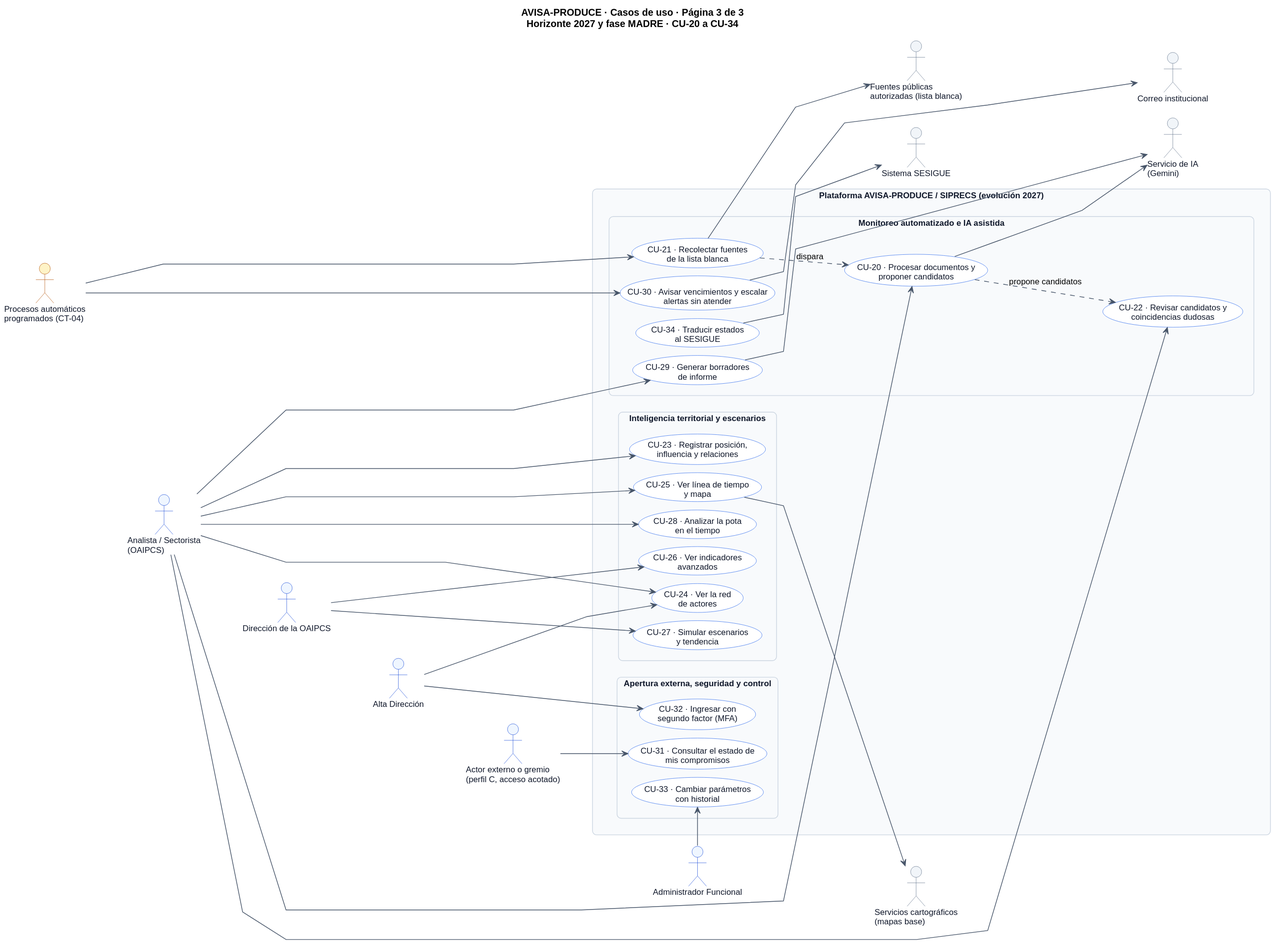
The PlantUML diagram docs/img/AVISA_CU_2027.svg in diegopaucarv/avisa, before a commit. The source it was exported from:
```plantuml
@startuml
left to right direction
skinparam shadowing false
skinparam roundcorner 12
skinparam linetype polyline
skinparam packageStyle rectangle
skinparam defaultFontName Arial
skinparam defaultFontSize 12
skinparam nodesep 12
skinparam ranksep 60

skinparam rectangle {
  BackgroundColor #FFFFFF
  BorderColor #64748B
  FontColor #0F172A
  FontStyle bold
}
skinparam package {
  BackgroundColor #F8FAFC
  BorderColor #CBD5E1
  BorderStyle dashed
  FontColor #475569
  FontStyle bold
}
skinparam usecase {
  BackgroundColor #FFFFFF
  BorderColor #2563EB
  FontColor #0F172A
  ArrowColor #475569
}
skinparam actor {
  BackgroundColor #EFF6FF
  BorderColor #1D4ED8
  FontColor #0F172A
}

title AVISA-PRODUCE · Casos de uso · Página 3 de 3\nHorizonte 2027 y fase MADRE · CU-20 a CU-34

actor "Procesos automáticos\nprogramados (CT-04)" as reloj #FEF3C7;line:B45309
actor "Analista / Sectorista\n(OAIPCS)" as analista27 #EFF6FF;line:1D4ED8
actor "Dirección de la OAIPCS" as direccion27 #EFF6FF;line:1D4ED8
actor "Alta Dirección" as alta27 #EFF6FF;line:1D4ED8
actor "Actor externo o gremio\n(perfil C, acceso acotado)" as externo #EFF6FF;line:1D4ED8
actor "Administrador Funcional" as admin27 #EFF6FF;line:1D4ED8

reloj -[hidden]down-> analista27
analista27 -[hidden]down-> direccion27
direccion27 -[hidden]down-> alta27
alta27 -[hidden]down-> externo
externo -[hidden]down-> admin27

rectangle "Plataforma AVISA-PRODUCE / SIPRECS (evolución 2027)" {

  package "Inteligencia territorial y escenarios" {
    usecase "CU-23 · Registrar posición,\ninfluencia y relaciones" as uc_posicion
    usecase "CU-24 · Ver la red\nde actores" as uc_red
    usecase "CU-25 · Ver línea de tiempo\ny mapa" as uc_mapa
    usecase "CU-28 · Analizar la pota\nen el tiempo" as uc_pota
    usecase "CU-26 · Ver indicadores\navanzados" as uc_indicadores
    usecase "CU-27 · Simular escenarios\ny tendencia" as uc_escenarios
  }

  package "Monitoreo automatizado e IA asistida" {
    usecase "CU-20 · Procesar documentos y\nproponer candidatos" as uc_procesar
    usecase "CU-21 · Recolectar fuentes\nde la lista blanca" as uc_fuentes
    usecase "CU-22 · Revisar candidatos y\ncoincidencias dudosas" as uc_revisar
    usecase "CU-29 · Generar borradores\nde informe" as uc_borradores
    usecase "CU-30 · Avisar vencimientos y escalar\nalertas sin atender" as uc_escalar
    usecase "CU-34 · Traducir estados\nal SESIGUE" as uc_sesigue
  }

  package "Apertura externa, seguridad y control" {
    usecase "CU-31 · Consultar el estado de\nmis compromisos" as uc_portal
    usecase "CU-32 · Ingresar con\nsegundo factor (MFA)" as uc_mfa
    usecase "CU-33 · Cambiar parámetros\ncon historial" as uc_parametros
  }
}

actor "Fuentes públicas\nautorizadas (lista blanca)" as sys_fuentes #F1F5F9;line:64748B
actor "Servicio de IA\n(Gemini)" as sys_ai27 #F1F5F9;line:64748B
actor "Correo institucional" as sys_mail27 #F1F5F9;line:64748B
actor "Sistema SESIGUE" as sys_sesigue #F1F5F9;line:64748B
actor "Servicios cartográficos\n(mapas base)" as sys_mapas #F1F5F9;line:64748B

sys_fuentes -[hidden]down-> sys_mail27


reloj --> uc_fuentes
reloj --> uc_escalar

analista27 --> uc_procesar
analista27 --> uc_revisar
analista27 --> uc_borradores
analista27 --> uc_posicion
analista27 --> uc_red
analista27 --> uc_mapa
analista27 --> uc_pota

direccion27 --> uc_indicadores
direccion27 --> uc_escenarios

alta27 --> uc_red
alta27 --> uc_mfa

externo --> uc_portal
admin27 --> uc_parametros

uc_fuentes ..> uc_procesar : «dispara»
uc_procesar ..> uc_revisar : «propone candidatos»

uc_fuentes --> sys_fuentes
uc_procesar --> sys_ai27
uc_borradores --> sys_ai27
uc_escalar --> sys_mail27
uc_sesigue --> sys_sesigue
uc_mapa --> sys_mapas

@enduml
```
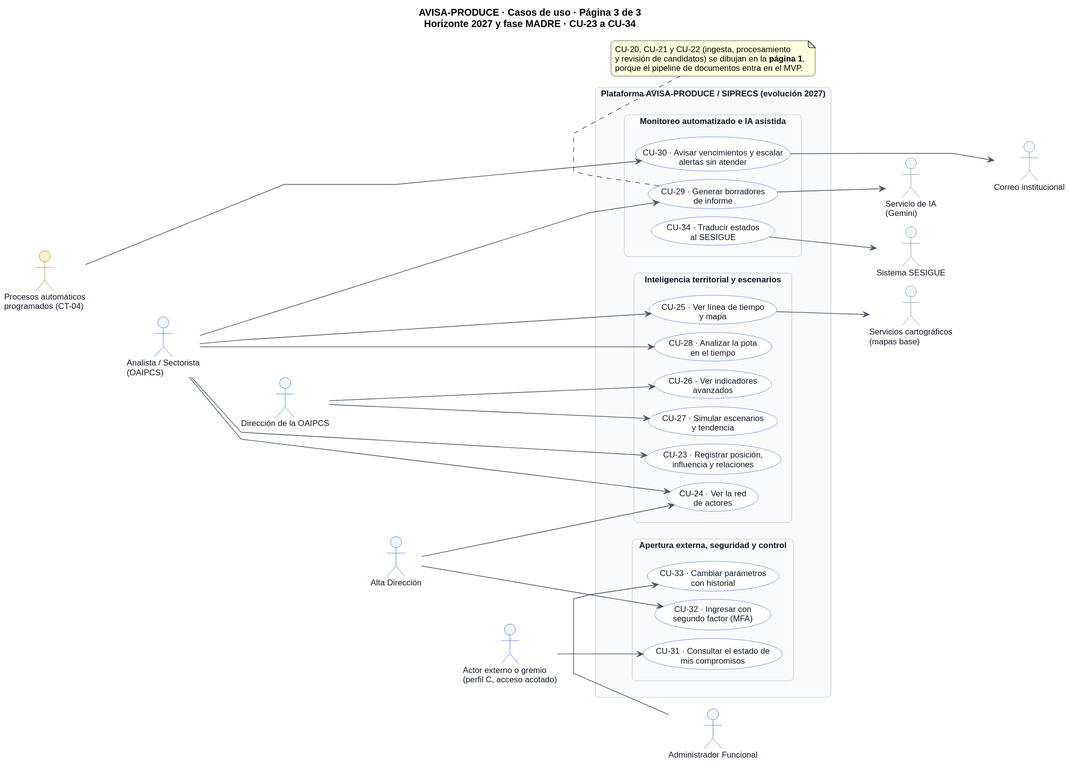
After the commit.

What changed in the source:
```diff
@@ -34,7 +34,7 @@
   FontColor #0F172A
 }
 
-title AVISA-PRODUCE · Casos de uso · Página 3 de 3\nHorizonte 2027 y fase MADRE · CU-20 a CU-34
+title AVISA-PRODUCE · Casos de uso · Página 3 de 3\nHorizonte 2027 y fase MADRE · CU-23 a CU-34
 
 actor "Procesos automáticos\nprogramados (CT-04)" as reloj #FEF3C7;line:B45309
 actor "Analista / Sectorista\n(OAIPCS)" as analista27 #EFF6FF;line:1D4ED8
@@ -61,9 +61,6 @@
   }
 
   package "Monitoreo automatizado e IA asistida" {
-    usecase "CU-20 · Procesar documentos y\nproponer candidatos" as uc_procesar
-    usecase "CU-21 · Recolectar fuentes\nde la lista blanca" as uc_fuentes
-    usecase "CU-22 · Revisar candidatos y\ncoincidencias dudosas" as uc_revisar
     usecase "CU-29 · Generar borradores\nde informe" as uc_borradores
     usecase "CU-30 · Avisar vencimientos y escalar\nalertas sin atender" as uc_escalar
     usecase "CU-34 · Traducir estados\nal SESIGUE" as uc_sesigue
@@ -76,20 +73,17 @@
   }
 }
 
-actor "Fuentes públicas\nautorizadas (lista blanca)" as sys_fuentes #F1F5F9;line:64748B
 actor "Servicio de IA\n(Gemini)" as sys_ai27 #F1F5F9;line:64748B
 actor "Correo institucional" as sys_mail27 #F1F5F9;line:64748B
 actor "Sistema SESIGUE" as sys_sesigue #F1F5F9;line:64748B
 actor "Servicios cartográficos\n(mapas base)" as sys_mapas #F1F5F9;line:64748B
 
-sys_fuentes -[hidden]down-> sys_mail27
+sys_ai27 -[hidden]down-> sys_mail27
+note bottom of uc_borradores : CU-20, CU-21 y CU-22 (ingesta, procesamiento\ny revisión de candidatos) se dibujan en la **página 1**,\nporque el pipeline de documentos entra en el MVP.
 
 
-reloj --> uc_fuentes
 reloj --> uc_escalar
 
-analista27 --> uc_procesar
-analista27 --> uc_revisar
 analista27 --> uc_borradores
 analista27 --> uc_posicion
 analista27 --> uc_red
@@ -105,11 +99,7 @@
 externo --> uc_portal
 admin27 --> uc_parametros
 
-uc_fuentes ..> uc_procesar : «dispara»
-uc_procesar ..> uc_revisar : «propone candidatos»
 
-uc_fuentes --> sys_fuentes
-uc_procesar --> sys_ai27
 uc_borradores --> sys_ai27
 uc_escalar --> sys_mail27
 uc_sesigue --> sys_sesigue
```
